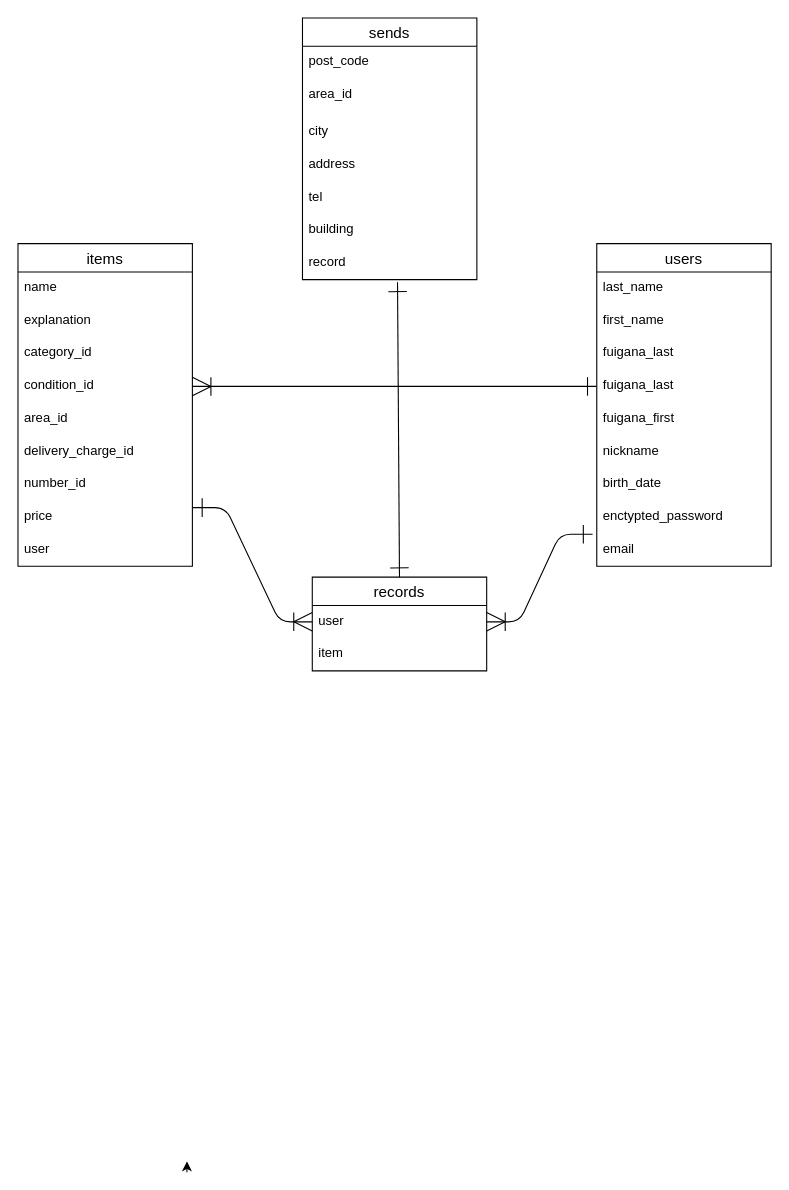
The draw.io diagram page "ページ1" (1 of 2) of test.dio in UematsuSatoru/furima-38871, before the edit. Source tidied: cells renumbered, new cells numbered last; positions are measured from the earlier drawing's top-left corner, leaving out a move shared by most shapes. Both pictures are drawn from the tidied source at 109%, with x=0, y=0 at pixel (17, 17).
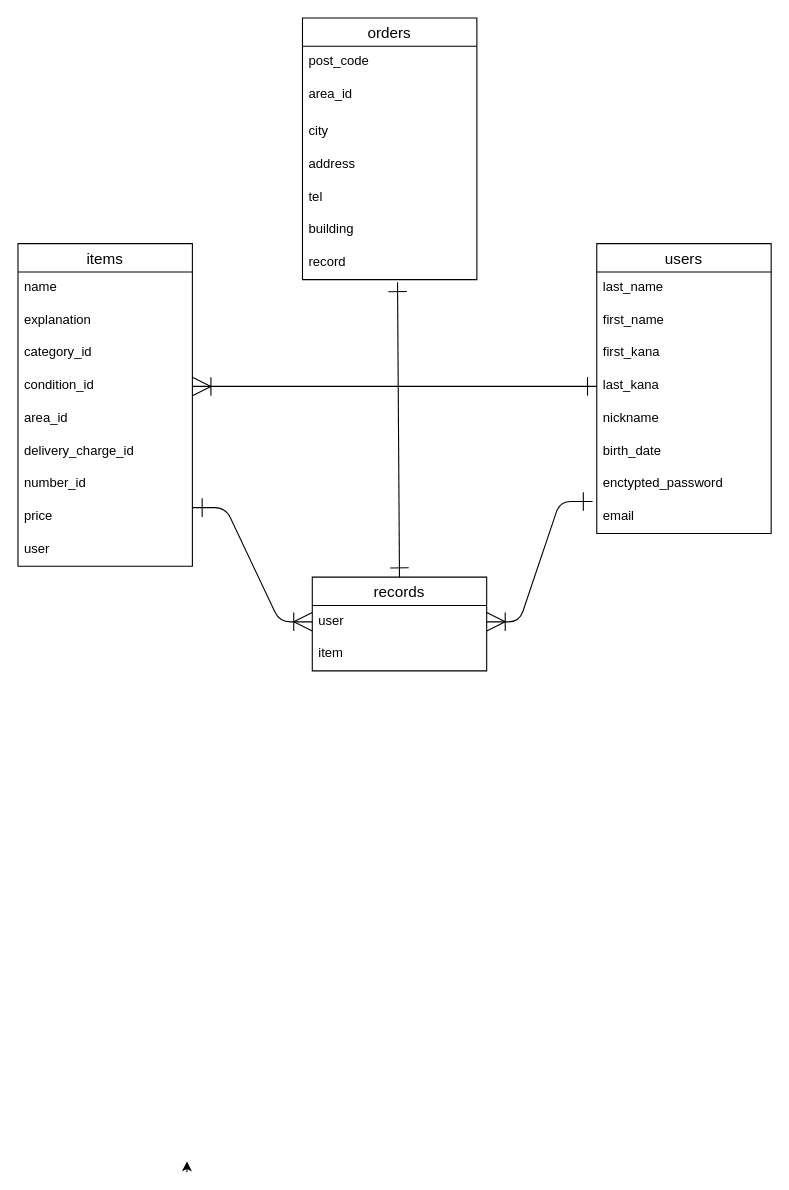
The same diagram, later.

Change to the diagram source:
```diff
@@
     <mxCell id="4" value="users" style="swimlane;fontStyle=0;horizontal=1;startSize=26;align=center;fontSize=14;" parent="1" vertex="1">
-      <mxGeometry x="531" y="207" width="160" height="296" as="geometry" />
+      <mxGeometry x="531" y="207" width="160" height="266" as="geometry" />
     </mxCell>
@@
-    <mxCell id="7" value="fuigana_last" style="text;strokeColor=none;fillColor=none;spacingLeft=4;spacingRight=4;overflow=hidden;fontSize=12;" parent="4" vertex="1">
+    <mxCell id="7" value="first_kana" style="text;strokeColor=none;fillColor=none;spacingLeft=4;spacingRight=4;overflow=hidden;fontSize=12;" parent="4" vertex="1">
       <mxGeometry y="86" width="160" height="30" as="geometry" />
     </mxCell>
-    <mxCell id="8" value="fuigana_last" style="text;strokeColor=none;fillColor=none;spacingLeft=4;spacingRight=4;overflow=hidden;points=[[0,0.5],[1,0.5]];portConstraint=eastwest;fontSize=12;" parent="4" vertex="1">
+    <mxCell id="8" value="last_kana" style="text;strokeColor=none;fillColor=none;spacingLeft=4;spacingRight=4;overflow=hidden;points=[[0,0.5],[1,0.5]];portConstraint=eastwest;fontSize=12;" parent="4" vertex="1">
       <mxGeometry y="116" width="160" height="30" as="geometry" />
     </mxCell>
-    <mxCell id="9" value="fuigana_first" style="text;strokeColor=none;fillColor=none;spacingLeft=4;spacingRight=4;overflow=hidden;fontSize=12;" parent="4" vertex="1">
-      <mxGeometry y="146" width="160" height="30" as="geometry" />
-    </mxCell>
     <mxCell id="10" value="nickname&#10;&#10;" style="text;strokeColor=none;fillColor=none;spacingLeft=4;spacingRight=4;overflow=hidden;fontSize=12;" parent="4" vertex="1">
-      <mxGeometry y="176" width="160" height="30" as="geometry" />
+      <mxGeometry y="146" width="160" height="30" as="geometry" />
     </mxCell>
     <mxCell id="11" value="birth_date" style="text;strokeColor=none;fillColor=none;spacingLeft=4;spacingRight=4;overflow=hidden;fontSize=12;" parent="4" vertex="1">
-      <mxGeometry y="206" width="160" height="30" as="geometry" />
+      <mxGeometry y="176" width="160" height="30" as="geometry" />
     </mxCell>
     <mxCell id="12" value="enctypted_password" style="text;strokeColor=none;fillColor=none;spacingLeft=4;spacingRight=4;overflow=hidden;fontSize=12;" parent="4" vertex="1">
-      <mxGeometry y="236" width="160" height="30" as="geometry" />
+      <mxGeometry y="206" width="160" height="30" as="geometry" />
     </mxCell>
     <mxCell id="13" value="email" style="text;strokeColor=none;fillColor=none;spacingLeft=4;spacingRight=4;overflow=hidden;points=[[0,0.5],[1,0.5]];portConstraint=eastwest;fontSize=12;" parent="4" vertex="1">
-      <mxGeometry y="266" width="160" height="30" as="geometry" />
+      <mxGeometry y="236" width="160" height="30" as="geometry" />
     </mxCell>
@@
-    <mxCell id="24" value="sends" style="swimlane;fontStyle=0;horizontal=1;startSize=26;align=center;fontSize=14;" parent="1" vertex="1">
+    <mxCell id="24" value="orders" style="swimlane;fontStyle=0;horizontal=1;startSize=26;align=center;fontSize=14;" parent="1" vertex="1">
       <mxGeometry x="261" width="160" height="240" as="geometry" />
     </mxCell>
```
